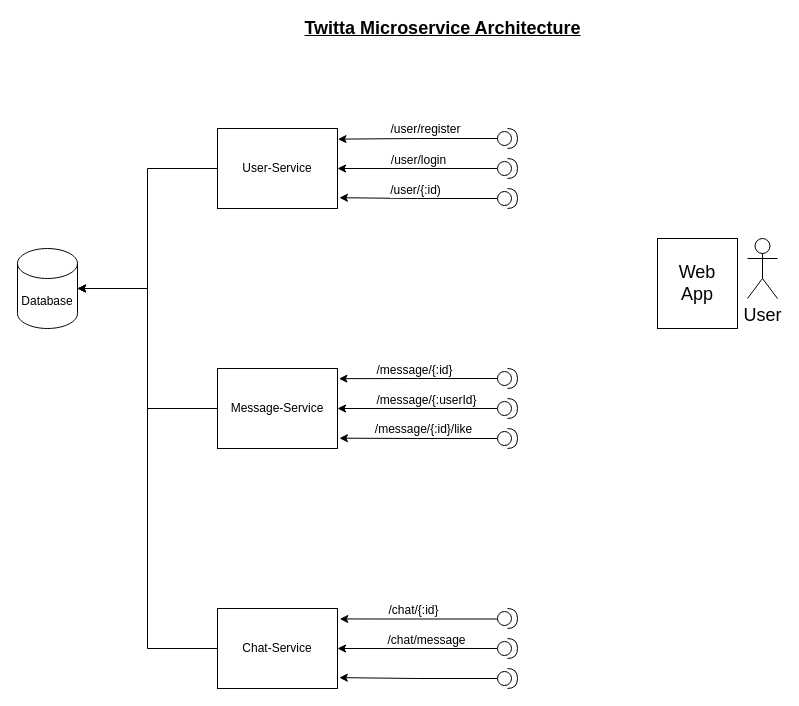
The draw.io diagram architecture/achitecture.drawio in robineco/twitta-microservices, before the edit. Source tidied: cells renumbered, new cells numbered last; positions are measured from the earlier drawing's top-left corner, leaving out a move shared by most shapes. Both pictures are drawn from the tidied source at 100%, with x=0, y=0 at pixel (17, 18).
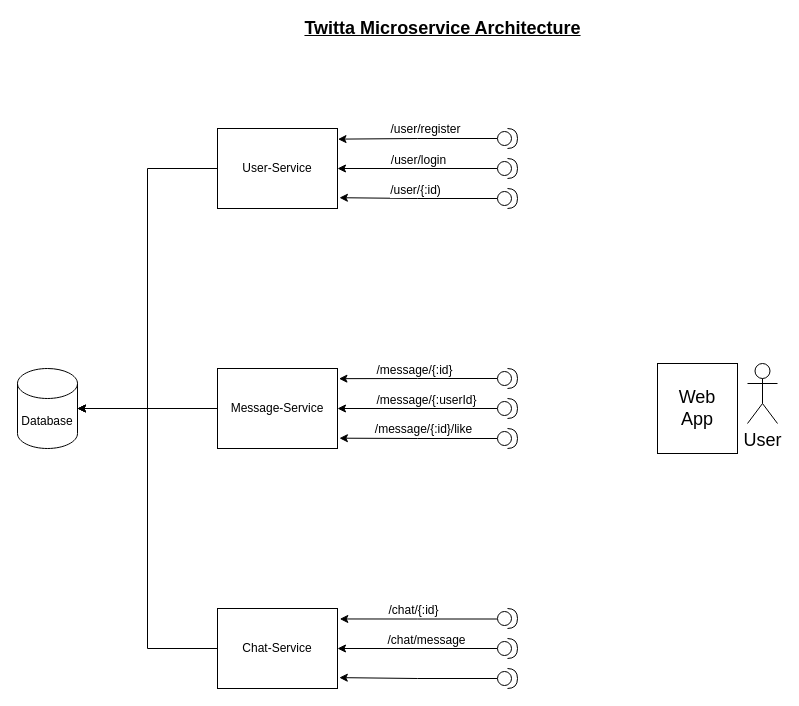
After the change.

Commit message (it also covers changes not shown here):
architecture model

Unchanged cells that the change refers to:
```xml
<mxCell id="30" value="Chat-Service" style="rounded=0;whiteSpace=wrap;html=1;" parent="1" vertex="1">
  <mxGeometry x="200" y="590" width="120" height="80" as="geometry" />
</mxCell>
```

Diff of the diagram source:
```diff
@@
     <mxCell id="4" value="Database" style="shape=cylinder3;whiteSpace=wrap;html=1;boundedLbl=1;backgroundOutline=1;size=15;" parent="1" vertex="1">
-      <mxGeometry y="230" width="60" height="80" as="geometry" />
+      <mxGeometry y="350" width="60" height="80" as="geometry" />
     </mxCell>
@@
     <mxCell id="6" style="group;" parent="1" vertex="1">
-      <mxGeometry x="640" y="220" width="120" height="90" as="geometry" />
+      <mxGeometry x="640" y="345" width="120" height="90" as="geometry" />
     </mxCell>
@@
-    <mxCell id="29" style="edgeStyle=orthogonalEdgeStyle;rounded=0;jettySize=auto;html=1;fontSize=12;" parent="1" edge="1" source="30">
+    <mxCell id="29" style="edgeStyle=orthogonalEdgeStyle;rounded=0;jettySize=auto;html=1;fontSize=12;entryX=1;entryY=0.5;entryDx=0;entryDy=0;entryPerimeter=0;" parent="1" edge="1" source="30" target="4">
       <mxGeometry relative="1" as="geometry">
-        <mxPoint x="60" y="270" as="targetPoint" />
         <Array as="points">
           <mxPoint x="130" y="630" />
-          <mxPoint x="130" y="270" />
+          <mxPoint x="130" y="390" />
         </Array>
       </mxGeometry>
     </mxCell>
```
